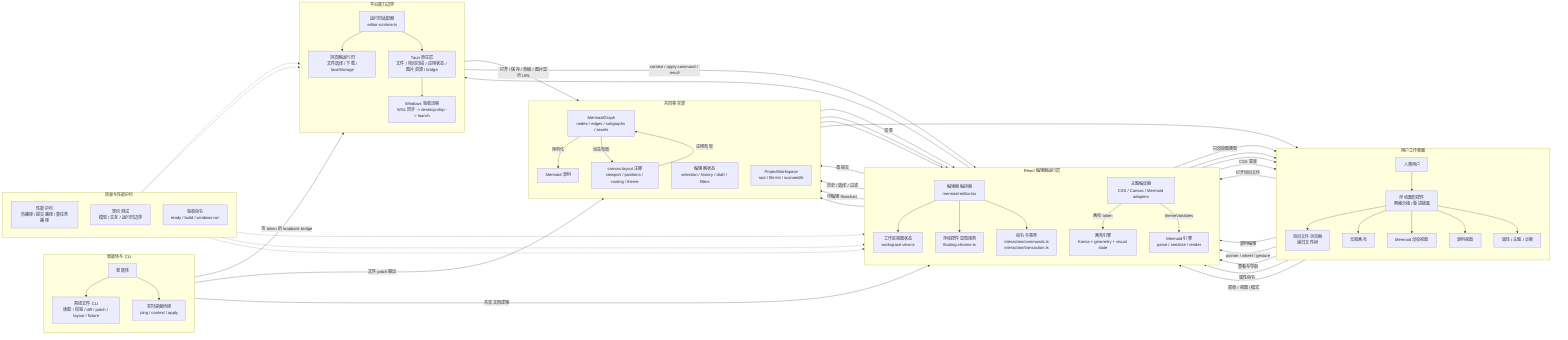
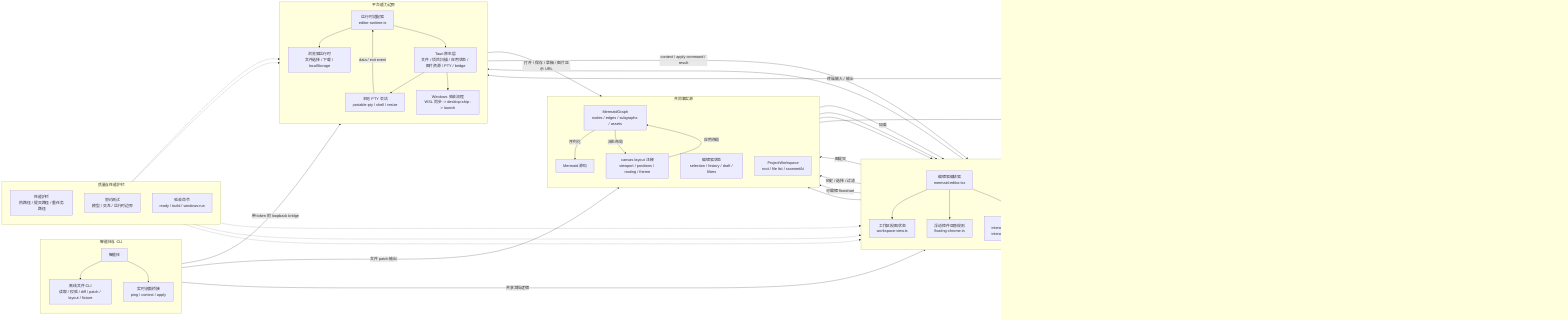
%% Mermaid 画布编辑器系统总览
%% 这是顶层紧凑地图；专题细节放在同目录下的其他中文文档。
flowchart LR
  subgraph UserSurfaces[用户工作表面]
    direction TB
    Human["人类用户"]
    FloatingChrome["浮动圆形控件<br/>网格分组 / 渐进披露"]
    ProjectBrowser["项目文件浏览器<br/>递归文件树"]
    CanvasView["无限画布"]
    RenderView["Mermaid 渲染视图"]
    SourceView["源码视图"]
+     TerminalView["底部终端面板"]
    Inspector["属性 / 主题 / 诊断"]
  end

  subgraph EditorRuntime[React 编辑器运行层]
    direction TB
    Orchestrator["编辑器编排器<br/>mermaid-editor.tsx"]
    WorkspaceView["工作区视图状态<br/>workspace-view.ts"]
    FloatingRules["浮动控件显隐规则<br/>floating-chrome.ts"]
    CommandTx["命令与事务<br/>interaction/commands.ts<br/>interaction/transaction.ts"]
    CanvasEngine["画布引擎<br/>Konva + geometry + visual state"]
    MermaidEngine["Mermaid 引擎<br/>parse / serialize / render"]
-     ThemeCompiler["主题编译器<br/>CSS / Canvas / Mermaid adapters"]
+     ThemeCompiler["主题编译器<br/>CSS / Canvas / Mermaid / xterm adapters"]
  end

  subgraph Truth[共同事实源]
    direction TB
    MermaidSource["Mermaid 源码"]
    LayoutComment["canvas-layout 注释<br/>viewport / positions / routing / theme"]
    GraphModel["MermaidGraph<br/>nodes / edges / subgraphs / assets"]
    EditorState["编辑器状态<br/>selection / history / draft / filters"]
    ProjectWorkspace["ProjectWorkspace<br/>root / file list / scannedAt"]
  end

  subgraph PlatformBoundary[平台能力边界]
    direction TB
    RuntimeAdapter["运行时适配器<br/>editor-runtime.ts"]
    BrowserRuntime["浏览器运行时<br/>文件选择 / 下载 / localStorage"]
-     TauriNative["Tauri 原生层<br/>文件 / 项目扫描 / 应用状态 / 图片资源 / bridge"]
+     TauriNative["Tauri 原生层<br/>文件 / 项目扫描 / 应用状态 / 图片资源 / PTY / bridge"]
+     PtySession["本地 PTY 会话<br/>portable-pty / shell / resize"]
    WindowsFlow["Windows 验收流程<br/>WSL 同步 -> desktop:ship -> launch"]
  end

  subgraph AiCli[智能体与 CLI]
    direction TB
    OfflineCli["离线文件 CLI<br/>读取 / 校验 / diff / patch / layout / fixture"]
    LiveBridge["实时桌面桥接<br/>ping / context / apply"]
    Agent["智能体"]
  end

  subgraph QualityRails[质量与性能护栏]
    direction TB
    Performance["性能护栏<br/>热路径 / 提交路径 / 重任务路径"]
    Contracts["契约测试<br/>模型 / 交互 / 运行时边界"]
    ReleaseChecks["验收命令<br/>ready / build / windows:run"]
  end

  Human --> FloatingChrome
  FloatingChrome --> ProjectBrowser
  FloatingChrome --> CanvasView
  FloatingChrome --> RenderView
  FloatingChrome --> SourceView
+   FloatingChrome --> TerminalView
  FloatingChrome --> Inspector

  ProjectBrowser -->|打开项目文件| Orchestrator
  SourceView -->|源码编辑| Orchestrator
  CanvasView -->|pointer / wheel / gesture| CanvasEngine
  RenderView -->|查看与导航| Orchestrator
+   TerminalView -->|终端输入 / 输出| RuntimeAdapter
  Inspector -->|属性命令| Orchestrator
  FloatingChrome -->|菜单 / 视图 / 模式| Orchestrator

  Orchestrator --> WorkspaceView
  Orchestrator --> FloatingRules
  Orchestrator --> CommandTx
  CommandTx -->|图提交| GraphModel
  CommandTx -->|历史 / 选择 / 过滤| EditorState

  MermaidSource -->|加载| MermaidEngine
  MermaidEngine -->|可编辑 flowchart| GraphModel
  MermaidEngine -->|只渲染图类型| RenderView
  GraphModel -->|序列化| MermaidSource
  LayoutComment -->|应用布局| GraphModel
  GraphModel -->|派生布局| LayoutComment

  GraphModel --> CanvasEngine
  CanvasEngine --> CanvasView
  MermaidSource --> MermaidEngine
  MermaidEngine --> RenderView
  MermaidSource --> SourceView
  ThemeCompiler -->|CSS 变量| UserSurfaces
  ThemeCompiler -->|画布 token| CanvasEngine
  ThemeCompiler -->|themeVariables| MermaidEngine
+   ThemeCompiler -->|xterm theme / ANSI 色| TerminalView

  Orchestrator --> RuntimeAdapter
  Orchestrator --> ProjectWorkspace
  RuntimeAdapter --> BrowserRuntime
  RuntimeAdapter --> TauriNative
+   TauriNative --> PtySession
+   PtySession -->|data / exit event| RuntimeAdapter
  TauriNative --> WindowsFlow
  RuntimeAdapter -->|打开 / 保存 / 草稿 / 图片显示 URL| Truth

  OfflineCli -->|共享文档逻辑| MermaidEngine
  OfflineCli -->|文件 patch 输出| MermaidSource
  Agent --> OfflineCli
  Agent --> LiveBridge
  LiveBridge -->|带 token 的 loopback bridge| TauriNative
  TauriNative -->|context / apply command / result| Orchestrator

  Performance -.-> CanvasEngine
  Performance -.-> CommandTx
  Contracts -.-> MermaidEngine
  Contracts -.-> RuntimeAdapter
  ReleaseChecks -.-> PlatformBoundary
